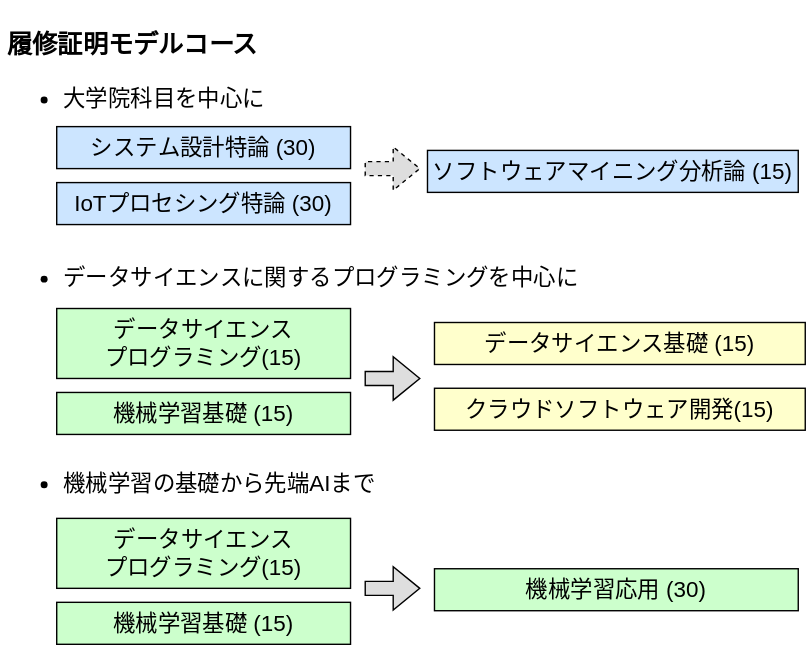
Earlier version of the draw.io export content/ja/education/recurrent23/model.drawio.svg (MasahiroAraki/masahiroaraki.github.io). Source tidied: cells renumbered, new cells last; positions are measured from the earlier drawing's top-left corner, leaving out a move shared by most shapes.
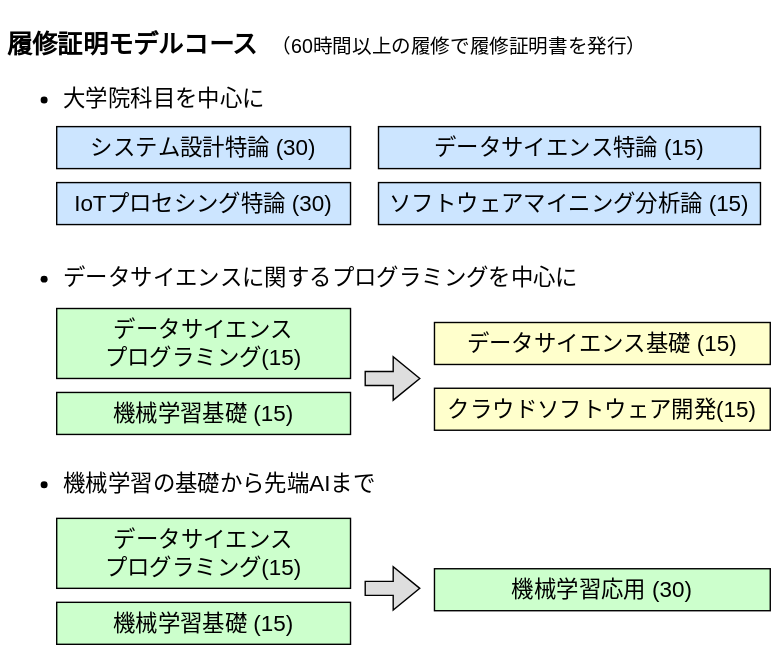
Later version of the same file.

Diff of the diagram source:
```diff
@@ -2,7 +2,7 @@
   <root>
     <mxCell id="0" />
     <mxCell id="1" parent="0" />
-    <mxCell id="2" value="&lt;h1&gt;&lt;font style=&quot;font-size: 18px;&quot;&gt;履修証明モデルコース&lt;/font&gt;&lt;/h1&gt;&lt;p&gt;&lt;/p&gt;&lt;ul style=&quot;font-size: 16px; line-height: 120%;&quot;&gt;&lt;li&gt;&lt;font style=&quot;font-size: 16px;&quot;&gt;大学院科目を中心に&lt;/font&gt;&lt;/li&gt;&lt;/ul&gt;&lt;div&gt;&lt;span style=&quot;font-size: 16px;&quot;&gt;&lt;br&gt;&lt;/span&gt;&lt;/div&gt;&lt;div&gt;&lt;span style=&quot;font-size: 16px;&quot;&gt;&lt;br&gt;&lt;/span&gt;&lt;/div&gt;&lt;div&gt;&lt;span style=&quot;font-size: 16px;&quot;&gt;&lt;br&gt;&lt;/span&gt;&lt;/div&gt;&lt;div&gt;&lt;span style=&quot;font-size: 16px;&quot;&gt;&lt;br&gt;&lt;/span&gt;&lt;/div&gt;&lt;ul style=&quot;font-size: 16px; line-height: 120%;&quot;&gt;&lt;li&gt;データサイエンスに関するプログラミングを中心に&lt;/li&gt;&lt;/ul&gt;&lt;div&gt;&lt;span style=&quot;font-size: 16px;&quot;&gt;&lt;br&gt;&lt;/span&gt;&lt;/div&gt;&lt;div&gt;&lt;span style=&quot;font-size: 16px;&quot;&gt;&lt;br&gt;&lt;/span&gt;&lt;/div&gt;&lt;div&gt;&lt;span style=&quot;font-size: 16px;&quot;&gt;&lt;br&gt;&lt;/span&gt;&lt;/div&gt;&lt;div&gt;&lt;span style=&quot;font-size: 16px;&quot;&gt;&lt;br&gt;&lt;/span&gt;&lt;/div&gt;&lt;div&gt;&lt;span style=&quot;font-size: 16px;&quot;&gt;&lt;br&gt;&lt;/span&gt;&lt;/div&gt;&lt;ul style=&quot;font-size: 16px; line-height: 120%;&quot;&gt;&lt;li&gt;機械学習の基礎から先端AIまで&lt;/li&gt;&lt;/ul&gt;&lt;p&gt;&lt;/p&gt;" style="text;html=1;strokeColor=none;fillColor=none;spacing=5;spacingTop=-20;whiteSpace=wrap;overflow=hidden;rounded=0;" parent="1" vertex="1">
+    <mxCell id="2" value="&lt;h1&gt;&lt;font style=&quot;&quot;&gt;&lt;span style=&quot;font-size: 18px;&quot;&gt;履修証明モデルコース&amp;nbsp;&amp;nbsp;&lt;/span&gt;&lt;span style=&quot;font-weight: normal;&quot;&gt;&lt;font style=&quot;font-size: 14px;&quot;&gt;（60時間以上の履修で履修証明書を発行）&lt;/font&gt;&lt;/span&gt;&lt;/font&gt;&lt;/h1&gt;&lt;p&gt;&lt;/p&gt;&lt;ul style=&quot;font-size: 16px; line-height: 120%;&quot;&gt;&lt;li&gt;&lt;font style=&quot;font-size: 16px;&quot;&gt;大学院科目を中心に&lt;/font&gt;&lt;/li&gt;&lt;/ul&gt;&lt;div&gt;&lt;span style=&quot;font-size: 16px;&quot;&gt;&lt;br&gt;&lt;/span&gt;&lt;/div&gt;&lt;div&gt;&lt;span style=&quot;font-size: 16px;&quot;&gt;&lt;br&gt;&lt;/span&gt;&lt;/div&gt;&lt;div&gt;&lt;span style=&quot;font-size: 16px;&quot;&gt;&lt;br&gt;&lt;/span&gt;&lt;/div&gt;&lt;div&gt;&lt;span style=&quot;font-size: 16px;&quot;&gt;&lt;br&gt;&lt;/span&gt;&lt;/div&gt;&lt;ul style=&quot;font-size: 16px; line-height: 120%;&quot;&gt;&lt;li&gt;データサイエンスに関するプログラミングを中心に&lt;/li&gt;&lt;/ul&gt;&lt;div&gt;&lt;span style=&quot;font-size: 16px;&quot;&gt;&lt;br&gt;&lt;/span&gt;&lt;/div&gt;&lt;div&gt;&lt;span style=&quot;font-size: 16px;&quot;&gt;&lt;br&gt;&lt;/span&gt;&lt;/div&gt;&lt;div&gt;&lt;span style=&quot;font-size: 16px;&quot;&gt;&lt;br&gt;&lt;/span&gt;&lt;/div&gt;&lt;div&gt;&lt;span style=&quot;font-size: 16px;&quot;&gt;&lt;br&gt;&lt;/span&gt;&lt;/div&gt;&lt;div&gt;&lt;span style=&quot;font-size: 16px;&quot;&gt;&lt;br&gt;&lt;/span&gt;&lt;/div&gt;&lt;ul style=&quot;font-size: 16px; line-height: 120%;&quot;&gt;&lt;li&gt;機械学習の基礎から先端AIまで&lt;/li&gt;&lt;/ul&gt;&lt;p&gt;&lt;/p&gt;" style="text;html=1;strokeColor=none;fillColor=none;spacing=5;spacingTop=-20;whiteSpace=wrap;overflow=hidden;rounded=0;" parent="1" vertex="1">
       <mxGeometry width="490" height="380" as="geometry" />
     </mxCell>
     <mxCell id="3" value="&lt;p style=&quot;margin-top: 0pt; margin-bottom: 0pt; margin-left: 0in; direction: ltr; unicode-bidi: embed; word-break: normal;&quot;&gt;システム設計特論 (30)&lt;br&gt;&lt;/p&gt;" style="rounded=0;whiteSpace=wrap;html=1;fontSize=16;fillColor=#CCE5FF;" parent="1" vertex="1">
@@ -11,14 +11,8 @@
     <mxCell id="4" value="&lt;p style=&quot;margin-top: 0pt; margin-bottom: 0pt; margin-left: 0in; direction: ltr; unicode-bidi: embed; word-break: normal;&quot;&gt;IoTプロセシング特論 (30)&lt;br&gt;&lt;/p&gt;" style="rounded=0;whiteSpace=wrap;html=1;fontSize=16;fillColor=#CCE5FF;" parent="1" vertex="1">
       <mxGeometry x="40" y="120" width="210" height="30" as="geometry" />
     </mxCell>
-    <mxCell id="5" style="shape=flexArrow;endArrow=classic;html=1;rounded=0;fontSize=16;fillColor=#DEDEDE;dashed=1;" parent="1" edge="1">
-      <mxGeometry relative="1" as="geometry">
-        <mxPoint x="260" y="110" as="sourcePoint" />
-        <mxPoint x="300" y="110" as="targetPoint" />
-      </mxGeometry>
-    </mxCell>
     <mxCell id="6" value="&lt;p style=&quot;margin-top: 0pt; margin-bottom: 0pt; margin-left: 0in; direction: ltr; unicode-bidi: embed; word-break: normal;&quot;&gt;ソフトウェアマイニング分析論 (15)&lt;/p&gt;" style="rounded=0;whiteSpace=wrap;html=1;fontSize=16;fillColor=#CCE5FF;" parent="1" vertex="1">
-      <mxGeometry x="305" y="97" width="265" height="30" as="geometry" />
+      <mxGeometry x="270" y="120" width="273" height="30" as="geometry" />
     </mxCell>
     <mxCell id="7" style="shape=flexArrow;endArrow=classic;html=1;rounded=0;fontSize=16;fillColor=#DEDEDE;" parent="1" edge="1">
       <mxGeometry relative="1" as="geometry">
@@ -33,10 +27,10 @@
       <mxGeometry x="40" y="270" width="210" height="30" as="geometry" />
     </mxCell>
     <mxCell id="10" value="&lt;p style=&quot;margin-top: 0pt; margin-bottom: 0pt; margin-left: 0in; direction: ltr; unicode-bidi: embed; word-break: normal;&quot;&gt;データサイエンス基礎 (15)&lt;/p&gt;" style="rounded=0;whiteSpace=wrap;html=1;fontSize=16;fillColor=#FFFFCC;" parent="1" vertex="1">
-      <mxGeometry x="310" y="220" width="265" height="30" as="geometry" />
+      <mxGeometry x="310" y="220" width="240" height="30" as="geometry" />
     </mxCell>
     <mxCell id="11" value="&lt;p style=&quot;margin-top: 0pt; margin-bottom: 0pt; margin-left: 0in; direction: ltr; unicode-bidi: embed; word-break: normal;&quot;&gt;クラウドソフトウェア開発(15)&lt;/p&gt;" style="rounded=0;whiteSpace=wrap;html=1;fontSize=16;fillColor=#FFFFCC;" parent="1" vertex="1">
-      <mxGeometry x="310" y="267" width="265" height="30" as="geometry" />
+      <mxGeometry x="310" y="267" width="240" height="30" as="geometry" />
     </mxCell>
     <mxCell id="12" style="shape=flexArrow;endArrow=classic;html=1;rounded=0;fontSize=16;fillColor=#DEDEDE;" parent="1" edge="1">
       <mxGeometry relative="1" as="geometry">
@@ -51,7 +45,10 @@
       <mxGeometry x="40" y="420" width="210" height="30" as="geometry" />
     </mxCell>
     <mxCell id="15" value="&lt;p style=&quot;margin-top: 0pt; margin-bottom: 0pt; margin-left: 0in; direction: ltr; unicode-bidi: embed; word-break: normal;&quot;&gt;機械学習応用 (30)&lt;/p&gt;" style="rounded=0;whiteSpace=wrap;html=1;fontSize=16;fillColor=#CCFFCC;" parent="1" vertex="1">
-      <mxGeometry x="310" y="396" width="260" height="30" as="geometry" />
+      <mxGeometry x="310" y="396" width="240" height="30" as="geometry" />
     </mxCell>
+    <mxCell id="16" value="&lt;p style=&quot;margin-top: 0pt; margin-bottom: 0pt; margin-left: 0in; direction: ltr; unicode-bidi: embed; word-break: normal;&quot;&gt;データサイエンス特論 (15)&lt;/p&gt;" style="rounded=0;whiteSpace=wrap;html=1;fontSize=16;fillColor=#CCE5FF;" parent="1" vertex="1">
+      <mxGeometry x="270" y="80" width="273" height="30" as="geometry" />
+    </mxCell>
   </root>
 </mxGraphModel>
```
